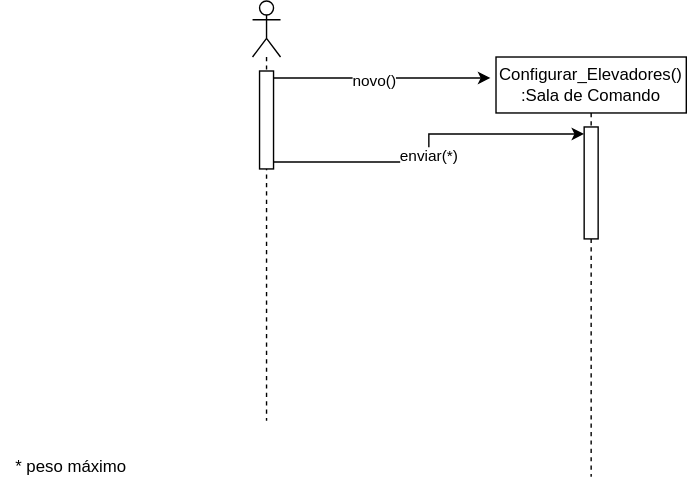
Earlier version of the draw.io export Diagrama-Sequencia/configurarElevadores.svg (wholocked1/Projeto-2-modelagem). Source tidied: cells renumbered, new cells last; positions are measured from the earlier drawing's top-left corner, leaving out a move shared by most shapes. Its diagram source:
```xml
<mxGraphModel>
  <root>
    <mxCell id="0" />
    <mxCell id="1" parent="0" />
    <mxCell id="2" style="shape=umlLifeline;perimeter=lifelinePerimeter;whiteSpace=wrap;html=1;newEdgeStyle={&quot;curved&quot;:0,&quot;rounded&quot;:0};participant=umlActor;" parent="1" vertex="1">
      <mxGeometry x="180" width="20" height="300" as="geometry" />
    </mxCell>
    <mxCell id="3" style="edgeStyle=orthogonalEdgeStyle;rounded=0;jettySize=auto;html=1;curved=0;exitX=1;exitY=0;exitDx=0;exitDy=5;exitPerimeter=0;" parent="2" edge="1" source="5">
      <mxGeometry relative="1" as="geometry">
        <mxPoint x="170" y="55" as="targetPoint" />
      </mxGeometry>
    </mxCell>
    <mxCell id="4" value="novo()" style="edgeLabel;html=1;align=center;verticalAlign=middle;" parent="3" vertex="1">
      <mxGeometry x="-0.08" y="-1" relative="1" as="geometry" />
    </mxCell>
    <mxCell id="5" style="html=1;points=[[0,0,0,0,5],[0,1,0,0,-5],[1,0,0,0,5],[1,1,0,0,-5]];perimeter=orthogonalPerimeter;outlineConnect=0;targetShapes=umlLifeline;portConstraint=eastwest;newEdgeStyle={&quot;curved&quot;:0,&quot;rounded&quot;:0};" parent="2" vertex="1">
      <mxGeometry x="5" y="50" width="10" height="70" as="geometry" />
    </mxCell>
    <mxCell id="6" value="Configurar_Elevadores()&lt;div&gt;:Sala de Comando&lt;/div&gt;" style="shape=umlLifeline;perimeter=lifelinePerimeter;whiteSpace=wrap;html=1;newEdgeStyle={&quot;curved&quot;:0,&quot;rounded&quot;:0};" parent="1" vertex="1">
      <mxGeometry x="354" y="40" width="136" height="300" as="geometry" />
    </mxCell>
    <mxCell id="7" style="html=1;points=[[0,0,0,0,5],[0,1,0,0,-5],[1,0,0,0,5],[1,1,0,0,-5]];perimeter=orthogonalPerimeter;outlineConnect=0;targetShapes=umlLifeline;portConstraint=eastwest;newEdgeStyle={&quot;curved&quot;:0,&quot;rounded&quot;:0};" parent="6" vertex="1">
      <mxGeometry x="63" y="50" width="10" height="80" as="geometry" />
    </mxCell>
    <mxCell id="8" style="edgeStyle=orthogonalEdgeStyle;rounded=0;jettySize=auto;html=1;curved=0;exitX=1;exitY=1;exitDx=0;exitDy=-5;exitPerimeter=0;entryX=0;entryY=0;entryDx=0;entryDy=5;entryPerimeter=0;" parent="1" edge="1" source="5" target="7">
      <mxGeometry relative="1" as="geometry" />
    </mxCell>
    <mxCell id="9" value="enviar(*)" style="edgeLabel;html=1;align=center;verticalAlign=middle;" parent="8" vertex="1">
      <mxGeometry x="-0.04" y="1" relative="1" as="geometry" />
    </mxCell>
    <mxCell id="10" value="* peso máximo" style="text;html=1;align=center;verticalAlign=middle;strokeColor=none;fillColor=none;" parent="1" vertex="1">
      <mxGeometry y="318" width="100" height="30" as="geometry" />
    </mxCell>
  </root>
</mxGraphModel>
```
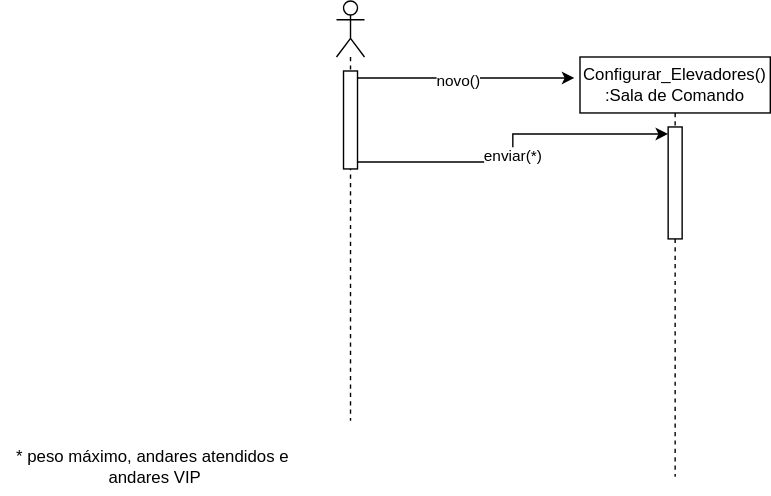
Later version of the same file.

Change to the diagram source:
```diff
@@ -28,8 +28,8 @@
     <mxCell id="9" value="enviar(*)" style="edgeLabel;html=1;align=center;verticalAlign=middle;" parent="8" vertex="1">
       <mxGeometry x="-0.04" y="1" relative="1" as="geometry" />
     </mxCell>
-    <mxCell id="10" value="* peso máximo" style="text;html=1;align=center;verticalAlign=middle;strokeColor=none;fillColor=none;" parent="1" vertex="1">
-      <mxGeometry y="318" width="100" height="30" as="geometry" />
+    <mxCell id="10" value="* peso máximo, andares atendidos e&amp;nbsp;&lt;div&gt;andares VIP&lt;/div&gt;" style="text;html=1;align=center;verticalAlign=middle;strokeColor=none;fillColor=none;" parent="1" vertex="1">
+      <mxGeometry x="-60" y="313" width="220" height="40" as="geometry" />
     </mxCell>
   </root>
 </mxGraphModel>
```
